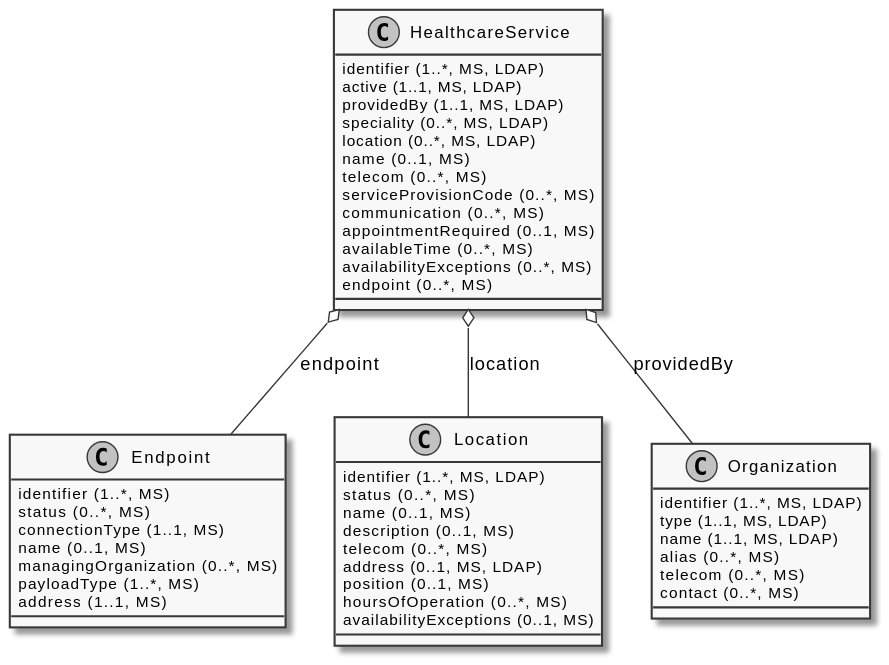
gematik/api-vzd keeps this PlantUML diagram as images/diagrams/ClassDiagram.HealthcareService.svg. Above is the earlier version. Its diagram source:
```plantuml
@startuml ClassDiagram.HealthcareService
skinparam monochrome true
class HealthcareService {
  {field} identifier (1..*, MS, LDAP)
  {field} active (1..1, MS, LDAP)
  {field} providedBy (1..1, MS, LDAP)
  {field} speciality (0..*, MS, LDAP)
  {field} location (0..*, MS, LDAP)
  {field} name (0..1, MS)
  {field} telecom (0..*, MS)
  {field} serviceProvisionCode (0..*, MS)
  {field} communication (0..*, MS)
  {field} appointmentRequired (0..1, MS)
  {field} availableTime (0..*, MS)
  {field} availabilityExceptions (0..*, MS)
  {field} endpoint (0..*, MS)
}
class Endpoint {
  {field} identifier (1..*, MS)
  {field} status (0..*, MS)
  {field} connectionType (1..1, MS)
  {field} name (0..1, MS)
  {field} managingOrganization (0..*, MS)
  {field} payloadType (1..*, MS)
  {field} address (1..1, MS)
}
class Location {
  {field} identifier (1..*, MS, LDAP)
  {field} status (0..*, MS)
  {field} name (0..1, MS)
  {field} description (0..1, MS)
  {field} telecom (0..*, MS)
  {field} address (0..1, MS, LDAP)
  {field} position (0..1, MS)
  {field} hoursOfOperation (0..*, MS)
  {field} availabilityExceptions (0..1, MS)
}
class Organization {
  {field} identifier (1..*, MS, LDAP)
  {field} type (1..1, MS, LDAP)
  {field} name (1..1, MS, LDAP)
  {field} alias (0..*, MS)
  {field} telecom (0..*, MS)
  {field} contact (0..*, MS)
}

HealthcareService o-- Organization: providedBy
HealthcareService o-- Endpoint: endpoint
HealthcareService o-- Location: location

@enduml
```
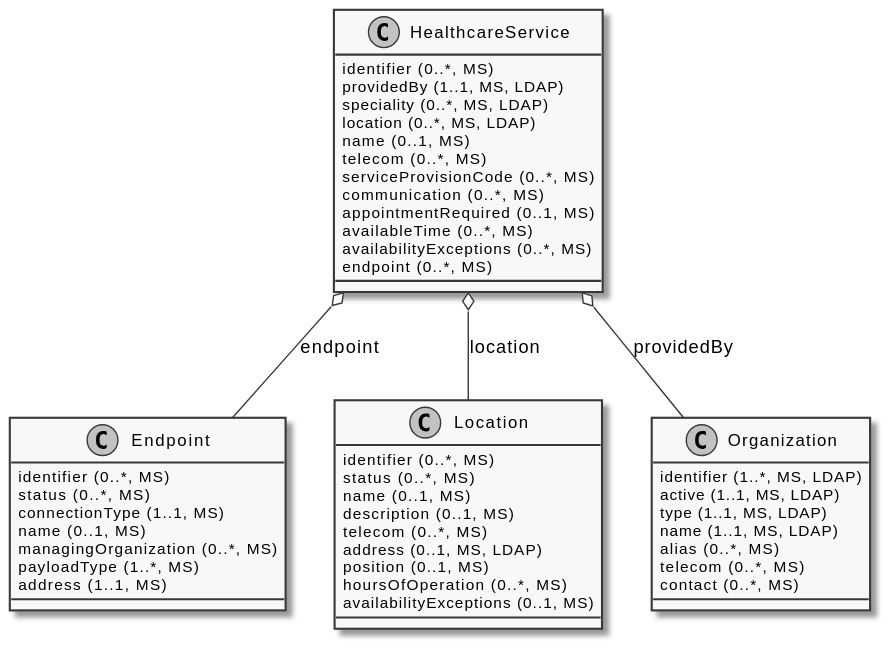
Later version of the same file.

Diff of the diagram source:
```diff
@@ -1,8 +1,7 @@
 @startuml ClassDiagram.HealthcareService
 skinparam monochrome true
 class HealthcareService {
-  {field} identifier (1..*, MS, LDAP)
-  {field} active (1..1, MS, LDAP)
+  {field} identifier (0..*, MS)
   {field} providedBy (1..1, MS, LDAP)
   {field} speciality (0..*, MS, LDAP)
   {field} location (0..*, MS, LDAP)
@@ -16,7 +15,7 @@
   {field} endpoint (0..*, MS)
 }
 class Endpoint {
-  {field} identifier (1..*, MS)
+  {field} identifier (0..*, MS)
   {field} status (0..*, MS)
   {field} connectionType (1..1, MS)
   {field} name (0..1, MS)
@@ -25,7 +24,7 @@
   {field} address (1..1, MS)
 }
 class Location {
-  {field} identifier (1..*, MS, LDAP)
+  {field} identifier (0..*, MS)
   {field} status (0..*, MS)
   {field} name (0..1, MS)
   {field} description (0..1, MS)
@@ -37,6 +36,7 @@
 }
 class Organization {
   {field} identifier (1..*, MS, LDAP)
+  {field} active (1..1, MS, LDAP)
   {field} type (1..1, MS, LDAP)
   {field} name (1..1, MS, LDAP)
   {field} alias (0..*, MS)
```
